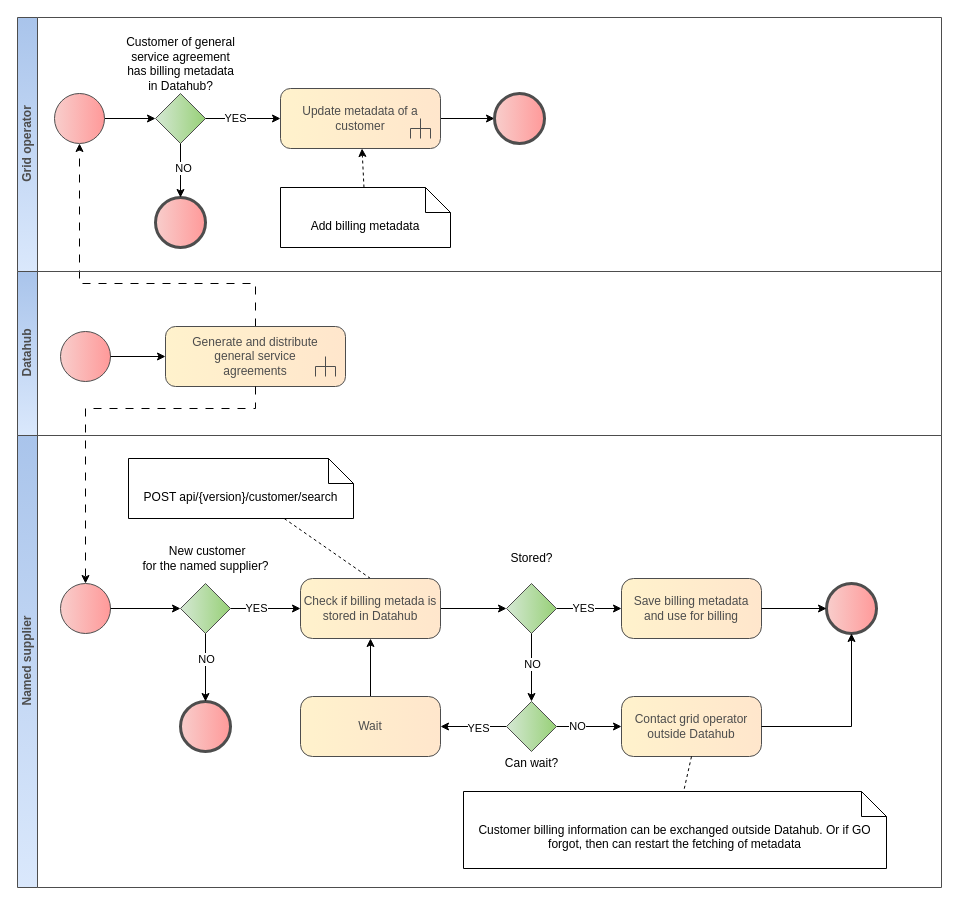
This is page "GS customer data exchange" (7 of 8) of diagrams/agreement-management/agreement-management.drawio from Elering/estfeed-datahub-docs, a draw.io file, before an edit. Source tidied: cells renumbered, new cells numbered last; positions are measured from the earlier drawing's top-left corner, leaving out a move shared by most shapes. Both pictures are drawn from the tidied source at 100%, with x=0, y=0 at pixel (17, 17).
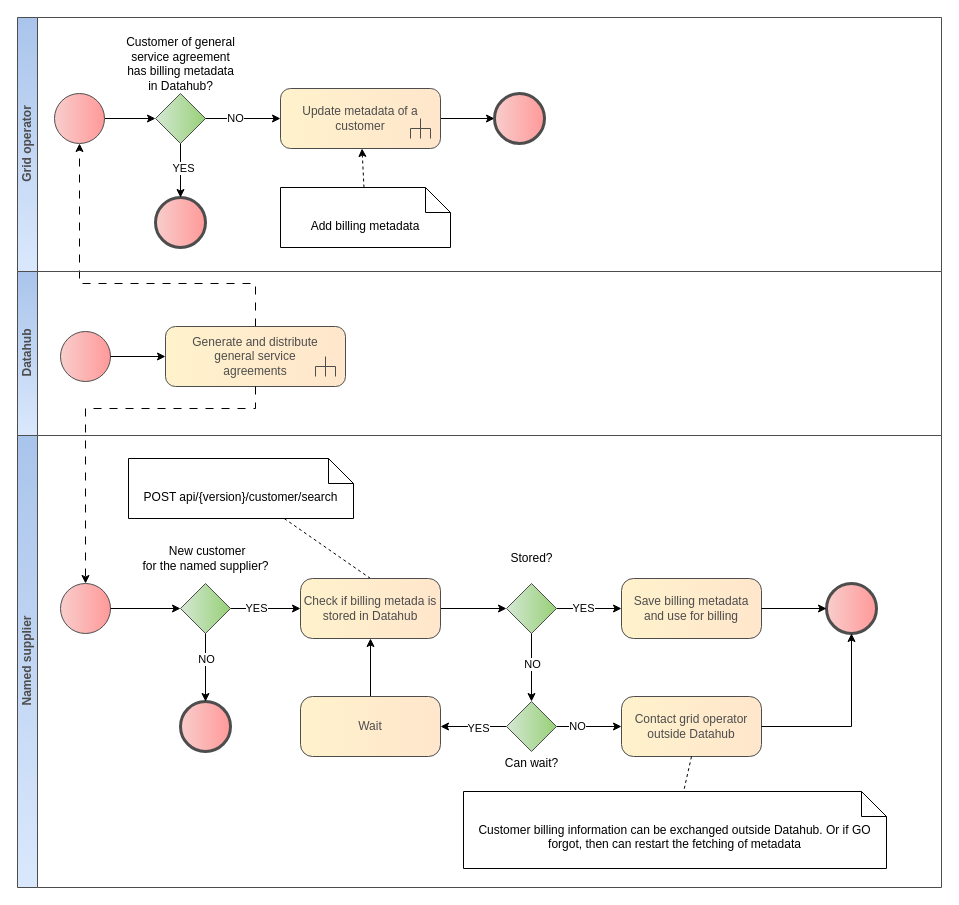
After the change.

Unchanged cells that the change refers to:
```xml
<mxCell id="18" style="edgeStyle=orthogonalEdgeStyle;rounded=0;jettySize=auto;html=1;entryX=0.5;entryY=0;entryDx=0;entryDy=0;entryPerimeter=0;" parent="1" edge="1" source="14" target="17">
  <mxGeometry relative="1" as="geometry" />
</mxCell>
<mxCell id="20" style="edgeStyle=orthogonalEdgeStyle;rounded=0;jettySize=auto;html=1;entryX=0;entryY=0.5;entryDx=0;entryDy=0;entryPerimeter=0;" parent="1" edge="1" source="14" target="16">
  <mxGeometry relative="1" as="geometry" />
</mxCell>
```

Change to the diagram source:
```diff
@@
-    <mxCell id="19" value="NO" style="edgeLabel;html=1;align=center;verticalAlign=middle;" parent="18" vertex="1">
+    <mxCell id="19" value="YES" style="edgeLabel;html=1;align=center;verticalAlign=middle;" parent="18" vertex="1">
       <mxGeometry x="-0.12" y="2" relative="1" as="geometry" />
     </mxCell>
@@
-    <mxCell id="21" value="YES" style="edgeLabel;html=1;align=center;verticalAlign=middle;" parent="20" vertex="1">
+    <mxCell id="21" value="NO" style="edgeLabel;html=1;align=center;verticalAlign=middle;" parent="20" vertex="1">
       <mxGeometry x="-0.22" y="1" relative="1" as="geometry" />
     </mxCell>
```
